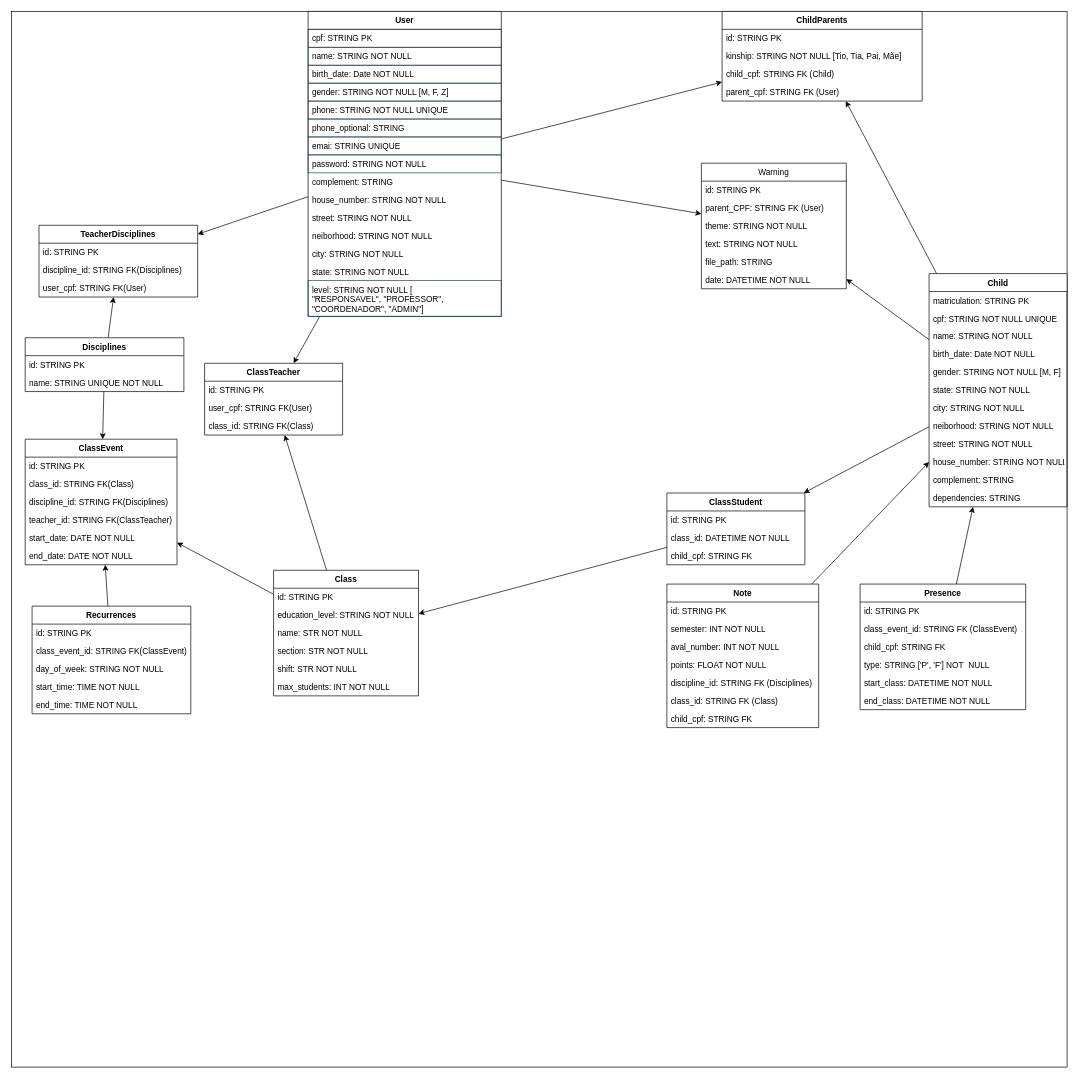
The draw.io diagram docs/der.drawio in mauriciobenjamin700/SMEIF-API, before the edit. Source tidied: cells renumbered, new cells numbered last; positions are measured from the earlier drawing's top-left corner, leaving out a move shared by most shapes. Both pictures are drawn from the tidied source at 69%, with x=0, y=0 at pixel (11, 11).
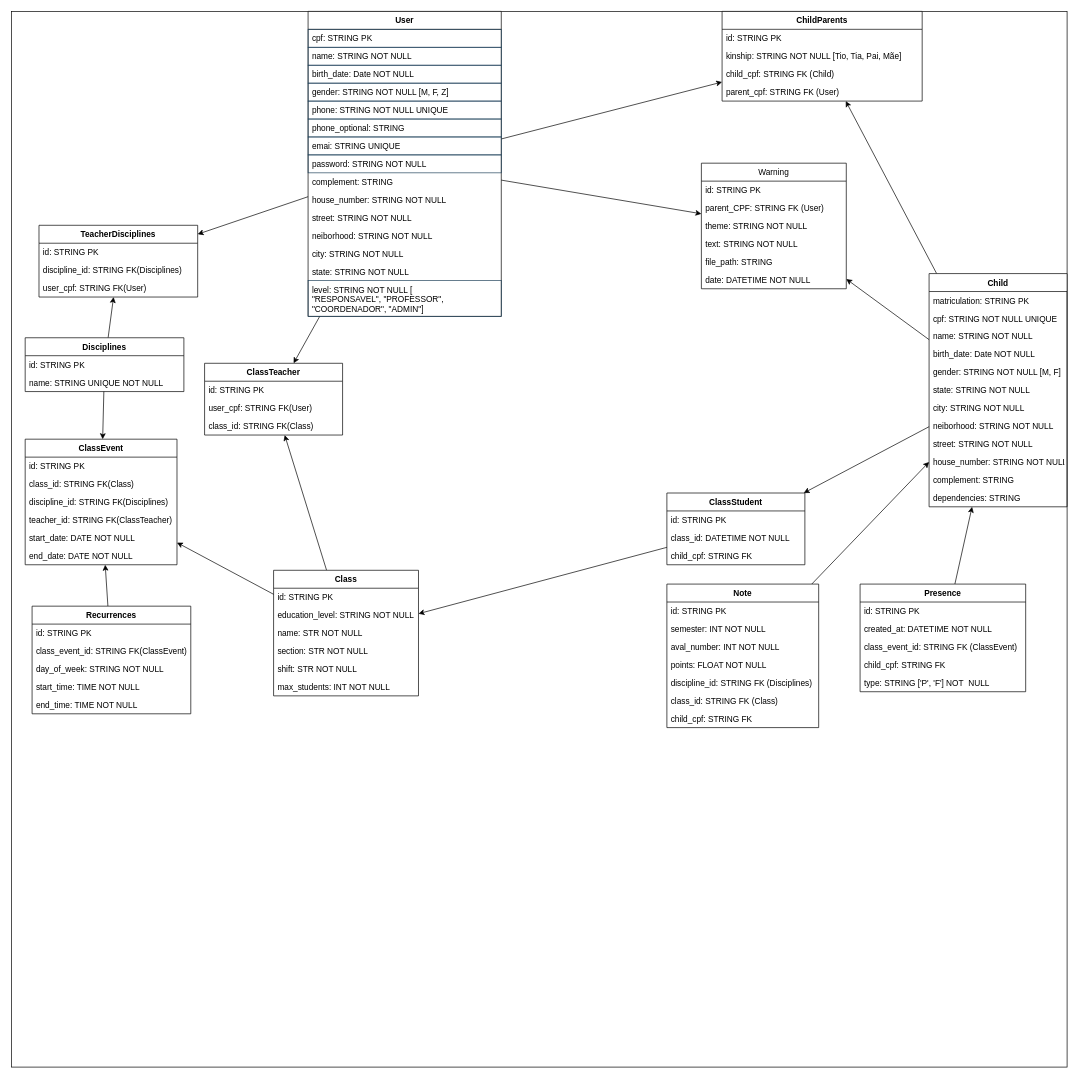
After the change.

Commit message (it also covers changes not shown here):
feat: new schemas to Presence

The edit, as a diff of the source:
```diff
@@
     <mxCell id="40" value="Presence" style="swimlane;fontStyle=1;align=center;verticalAlign=top;horizontal=1;startSize=26;" parent="1" vertex="1">
-      <mxGeometry x="1230" y="830" width="240" height="182" as="geometry" />
+      <mxGeometry x="1230" y="830" width="240" height="156" as="geometry" />
     </mxCell>
@@
+    <mxCell id="109" value="created_at: DATETIME NOT NULL" style="text;strokeColor=none;fillColor=none;align=left;verticalAlign=top;spacingLeft=4;spacingRight=4;overflow=hidden;fontColor=#000000;" parent="40" vertex="1">
+      <mxGeometry y="52" width="240" height="26" as="geometry" />
+    </mxCell>
     <mxCell id="42" value="class_event_id: STRING FK (ClassEvent)" style="text;strokeColor=none;fillColor=none;align=left;verticalAlign=top;spacingLeft=4;spacingRight=4;overflow=hidden;fontColor=#000000;" parent="40" vertex="1">
-      <mxGeometry y="52" width="240" height="26" as="geometry" />
+      <mxGeometry y="78" width="240" height="26" as="geometry" />
     </mxCell>
     <mxCell id="43" value="child_cpf: STRING FK" style="text;strokeColor=none;fillColor=none;align=left;verticalAlign=top;spacingLeft=4;spacingRight=4;overflow=hidden;fontColor=#000000;" parent="40" vertex="1">
-      <mxGeometry y="78" width="240" height="26" as="geometry" />
+      <mxGeometry y="104" width="240" height="26" as="geometry" />
     </mxCell>
     <mxCell id="44" value="type: STRING ['P', 'F'] NOT  NULL" style="text;strokeColor=none;fillColor=none;align=left;verticalAlign=top;spacingLeft=4;spacingRight=4;overflow=hidden;fontColor=#000000;" parent="40" vertex="1">
-      <mxGeometry y="104" width="240" height="26" as="geometry" />
+      <mxGeometry y="130" width="240" height="26" as="geometry" />
     </mxCell>
-    <mxCell id="45" value="start_class: DATETIME NOT NULL" style="text;strokeColor=none;fillColor=none;align=left;verticalAlign=top;spacingLeft=4;spacingRight=4;overflow=hidden;fontColor=#000000;" parent="40" vertex="1">
-      <mxGeometry y="130" width="240" height="26" as="geometry" />
-    </mxCell>
-    <mxCell id="46" value="end_class: DATETIME NOT NULL" style="text;strokeColor=none;fillColor=none;align=left;verticalAlign=top;spacingLeft=4;spacingRight=4;overflow=hidden;fontColor=#000000;" parent="40" vertex="1">
-      <mxGeometry y="156" width="240" height="26" as="geometry" />
-    </mxCell>
```
